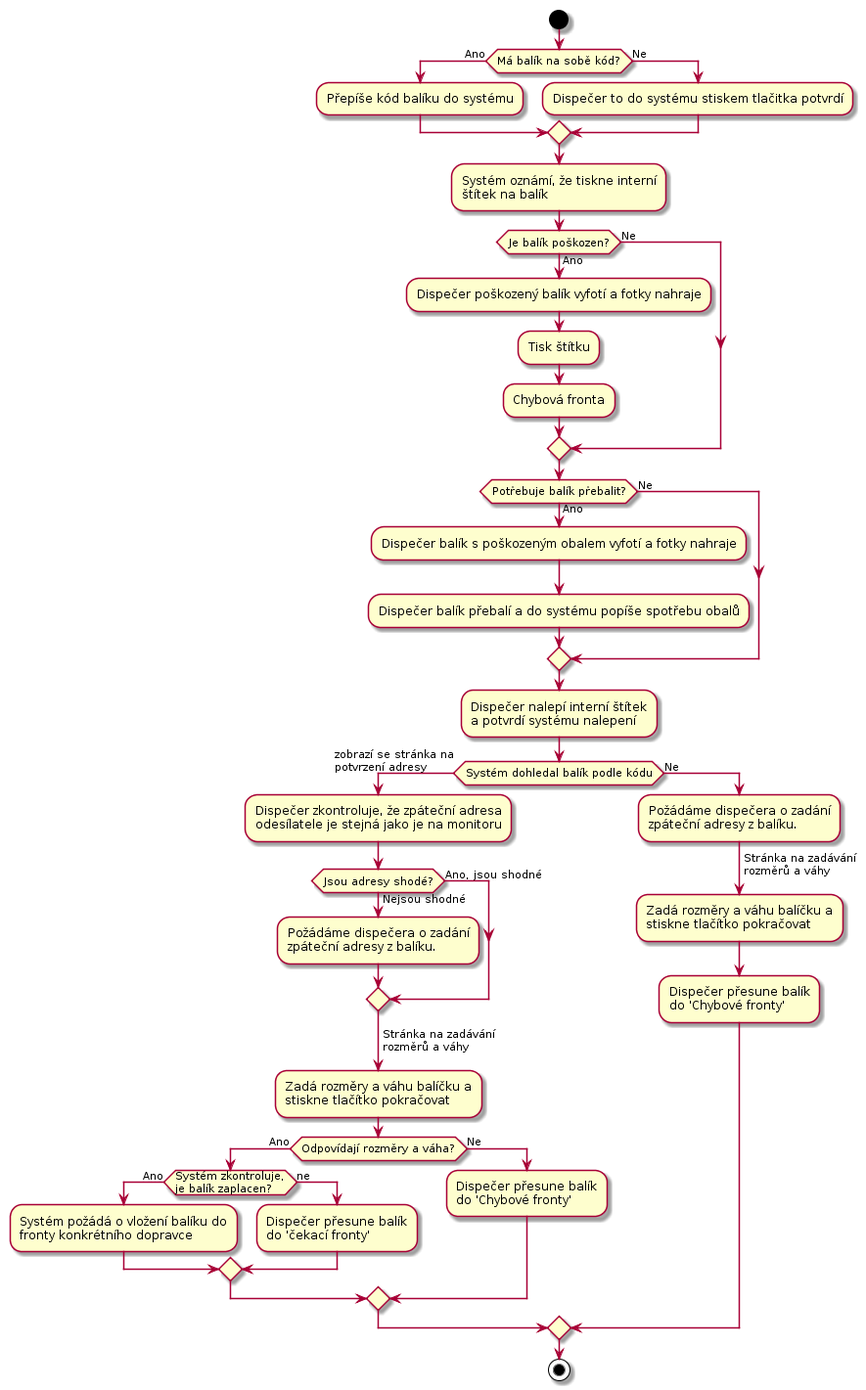
Earlier version of the PlantUML export docs/diagrams/out/uc-21-activity-2.png (Internet-Handel/postman).
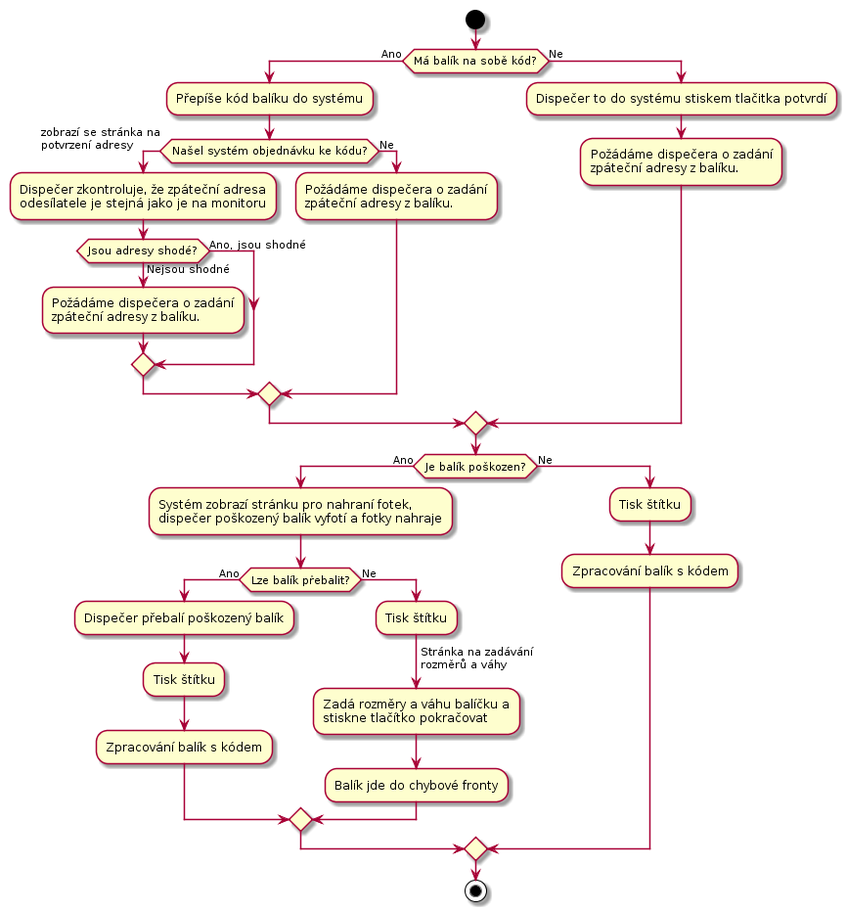
The same diagram one commit later.

The edit, as a diff of the source:
```diff
@@ -3,61 +3,43 @@
 
 if (Má balík na sobě kód?) then (Ano)
     :Přepíše kód balíku do systému;
-else (Ne)
-    :Dispečer to do systému stiskem tlačitka potvrdí;
-endif
-:Systém oznámí, že tiskne interní
-štítek na balík;
-if (Je balík poškozen?) then (Ano)
-    :Dispečer poškozený balík vyfotí a fotky nahraje;
-    :Tisk štítku;
-    :Chybová fronta;
-else (Ne)
-endif
-if (Potřebuje balík přebalit?) then (Ano)
-    :Dispečer balík s poškozeným obalem vyfotí a fotky nahraje;
-    :Dispečer balík přebalí a do systému popíše spotřebu obalů;
-else (Ne)
-endif
-:Dispečer nalepí interní štítek
-a potvrdí systému nalepení;
-
-if (Systém dohledal balík podle kódu) then (Ano)
-    -> zobrazí se stránka na\npotvrzení adresy;
-    :Dispečer zkontroluje, že zpáteční adresa
-    odesílatele je stejná jako je na monitoru;
-
-    if (Jsou adresy shodé?) then (Ano, jsou shodné)
-    else (Nejsou shodné)
+    if (Našel systém objednávku ke kódu?) then (Ano)
+        -> zobrazí se stránka na\npotvrzení adresy;
+        :Dispečer zkontroluje, že zpáteční adresa
+        odesílatele je stejná jako je na monitoru;
+        if (Jsou adresy shodé?) then (Ano, jsou shodné)
+        else (Nejsou shodné)
+            :Požádáme dispečera o zadání
+            zpáteční adresy z balíku.;
+        endif
+    else (Ne)
         :Požádáme dispečera o zadání
         zpáteční adresy z balíku.;
     endif
-
-    -> Stránka na zadávání\nrozměrů a váhy;
-    :Zadá rozměry a váhu balíčku a
-    stiskne tlačítko pokračovat;
-
-    if (Odpovídají rozměry a váha?) then (Ano)
-        if (Systém zkontroluje,\nje balík zaplacen?) then (Ano)
-            :Systém požádá o vložení balíku do
-            fronty konkrétního dopravce;
-        else (ne)
-            :Dispečer přesune balík
-            do 'čekací fronty';
-        endif
-    else (Ne)
-        :Dispečer přesune balík
-        do 'Chybové fronty';
-    endif
-
 else (Ne)
+    :Dispečer to do systému stiskem tlačitka potvrdí;
     :Požádáme dispečera o zadání
     zpáteční adresy z balíku.;
-    -> Stránka na zadávání\nrozměrů a váhy;
-    :Zadá rozměry a váhu balíčku a
-    stiskne tlačítko pokračovat;
-    :Dispečer přesune balík
-    do 'Chybové fronty';
+endif
+
+if (Je balík poškozen?) then (Ano)
+    :Systém zobrazí stránku pro nahraní fotek,
+    dispečer poškozený balík vyfotí a fotky nahraje;
+
+    if (Lze balík přebalit?) then (Ano)
+        :Dispečer přebalí poškozený balík;
+        :Tisk štítku;
+        :Zpracování balík s kódem;
+    else (Ne)
+        :Tisk štítku;
+        -> Stránka na zadávání\nrozměrů a váhy;
+        :Zadá rozměry a váhu balíčku a
+        stiskne tlačítko pokračovat;
+        :Balík jde do chybové fronty;
+    endif
+else (Ne)
+    :Tisk štítku;
+    :Zpracování balík s kódem;
 endif
 
 stop
```
